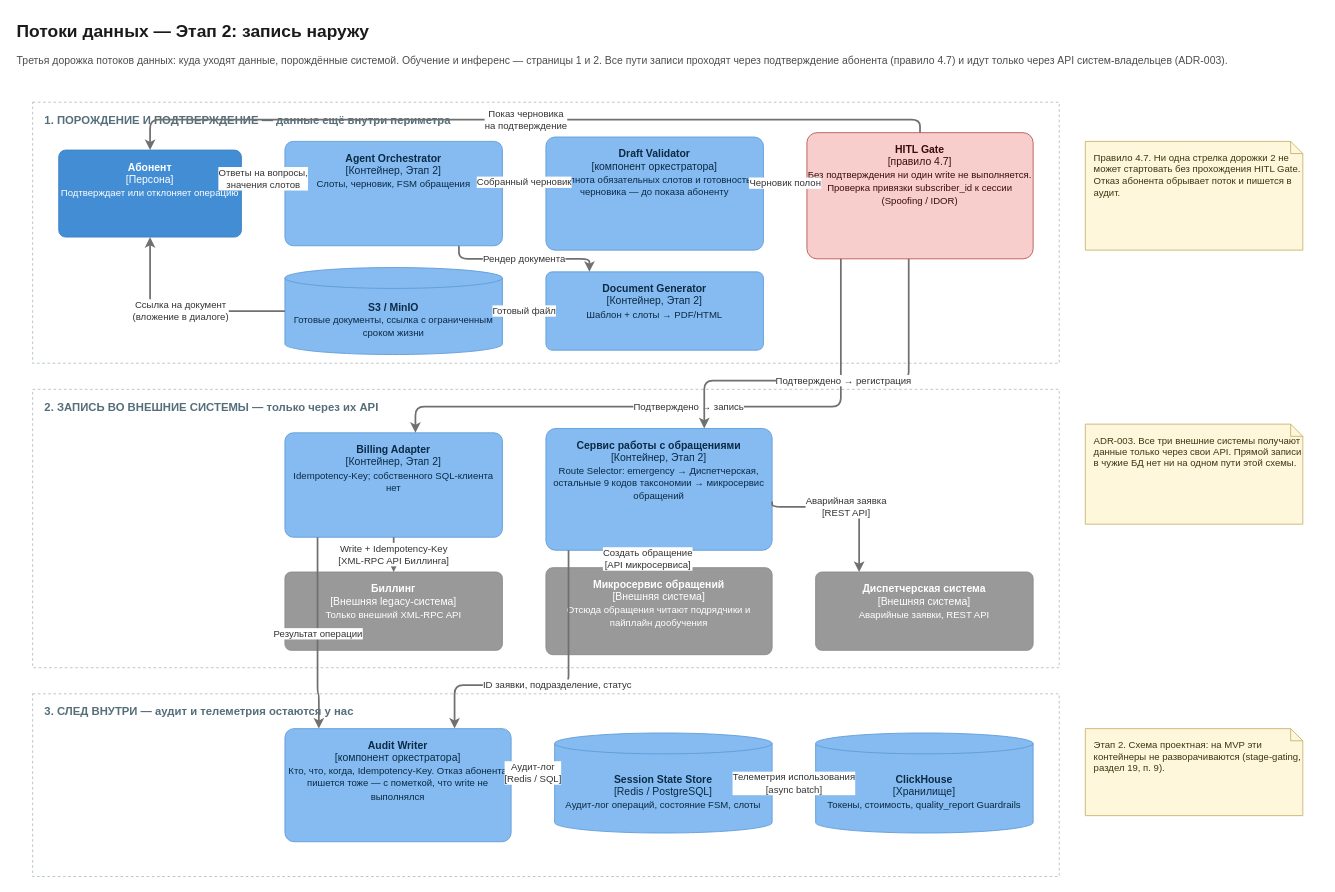
Above: page "Этап 2 — потоки записи" (3 of 3) of AI_docs/Data_Flow_Diagrams.drawio in barinoff1989/vodokanal-assistant (draw.io), before the change. Source tidied: cells renumbered, new cells numbered last; positions are measured from the earlier drawing's top-left corner, leaving out a move shared by most shapes. Both pictures are drawn from the tidied source at 87%, with x=0, y=0 at pixel (15, 15).
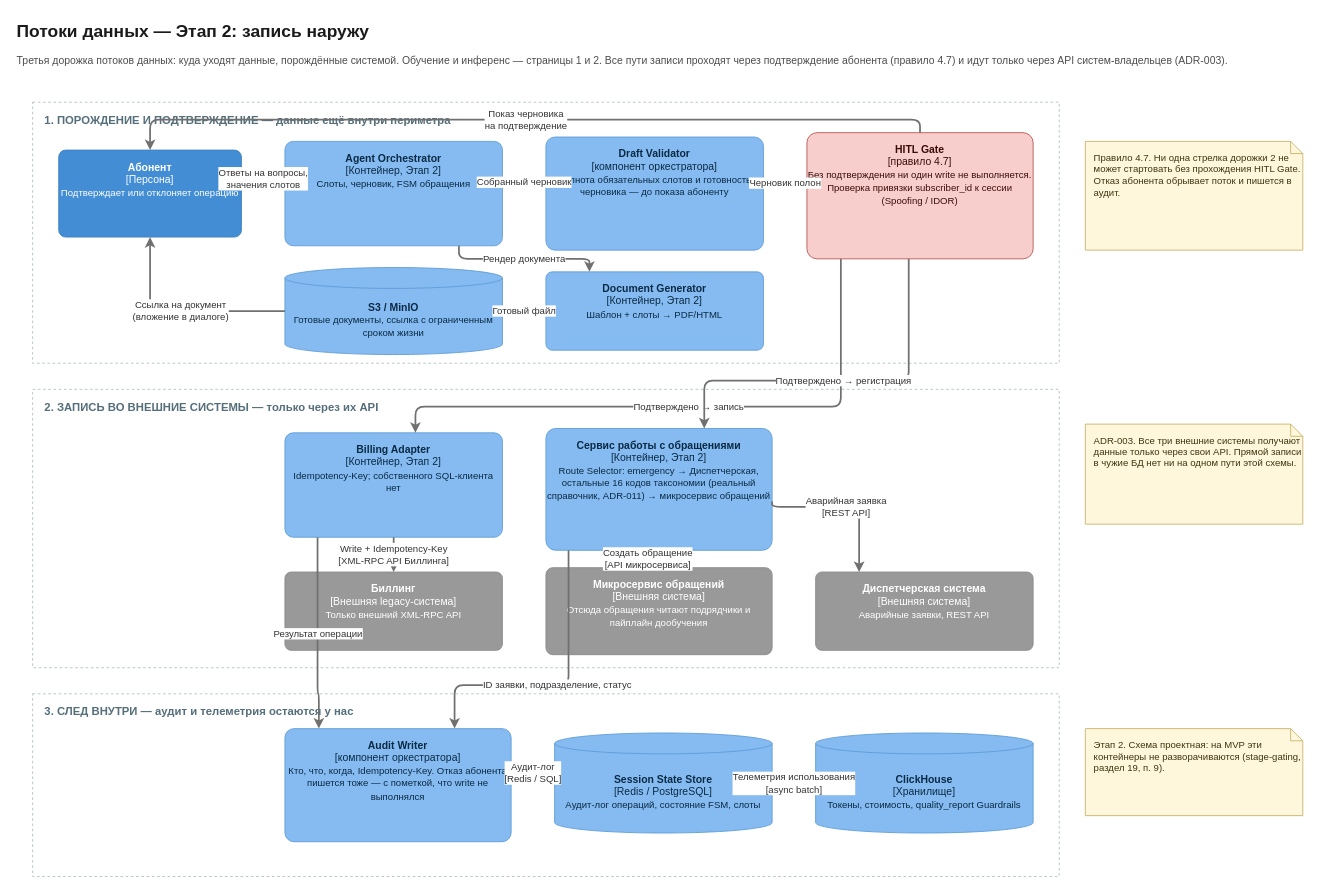
After the change.

Commit message (it also covers changes not shown here):
DFD и C4_L3_InquiryService: устаревший счёт кодов таксономии 9→16

What changed in the source:
```diff
@@
-    <mxCell id="21" value="&lt;b&gt;Сервис работы с обращениями&lt;/b&gt;&lt;br&gt;[Контейнер, Этап 2]&lt;br&gt;&lt;font style=&quot;font-size:11px&quot;&gt;Route Selector: emergency → Диспетчерская, остальные 9 кодов таксономии → микросервис обращений&lt;/font&gt;" style="rounded=1;whiteSpace=wrap;html=1;arcSize=8;fontSize=12;verticalAlign=top;spacingTop=6;fillColor=#85BBF0;strokeColor=#5D9BD8;fontColor=#0B2A45;" parent="1" vertex="1">
+    <mxCell id="21" value="&lt;b&gt;Сервис работы с обращениями&lt;/b&gt;&lt;br&gt;[Контейнер, Этап 2]&lt;br&gt;&lt;font style=&quot;font-size:11px&quot;&gt;Route Selector: emergency → Диспетчерская, остальные 16 кодов таксономии (реальный справочник, ADR-011) → микросервис обращений&lt;/font&gt;" style="rounded=1;whiteSpace=wrap;html=1;arcSize=8;fontSize=12;verticalAlign=top;spacingTop=6;fillColor=#85BBF0;strokeColor=#5D9BD8;fontColor=#0B2A45;" parent="1" vertex="1">
       <mxGeometry x="610" y="475" width="260" height="140" as="geometry" />
     </mxCell>
```
